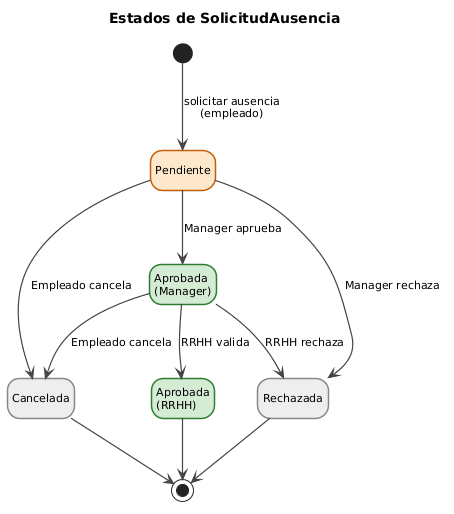
This is modelosUML/png/estadosSolicitudAusencia.png from lostal/seven-suite, a PlantUML export, as it was before one commit.
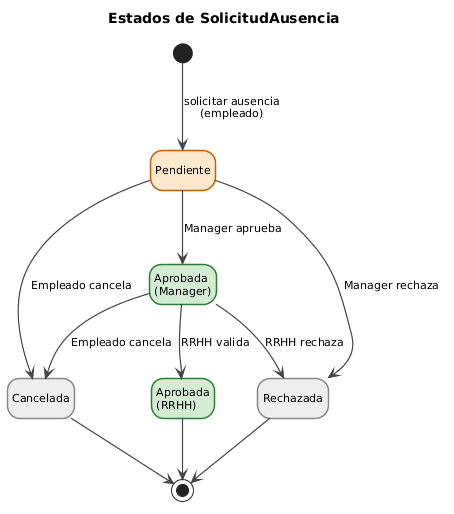
After the commit.

What changed in the source:
```diff
@@ -1,5 +1,4 @@
-@startuml estadosSolicitudAusencia
-
+@startuml
 hide empty description
 
 skinparam defaultFontName Arial
@@ -36,5 +35,4 @@
 AprobadaRRHH    --> [*]
 Rechazada       --> [*]
 Cancelada       --> [*]
-
 @enduml
```
